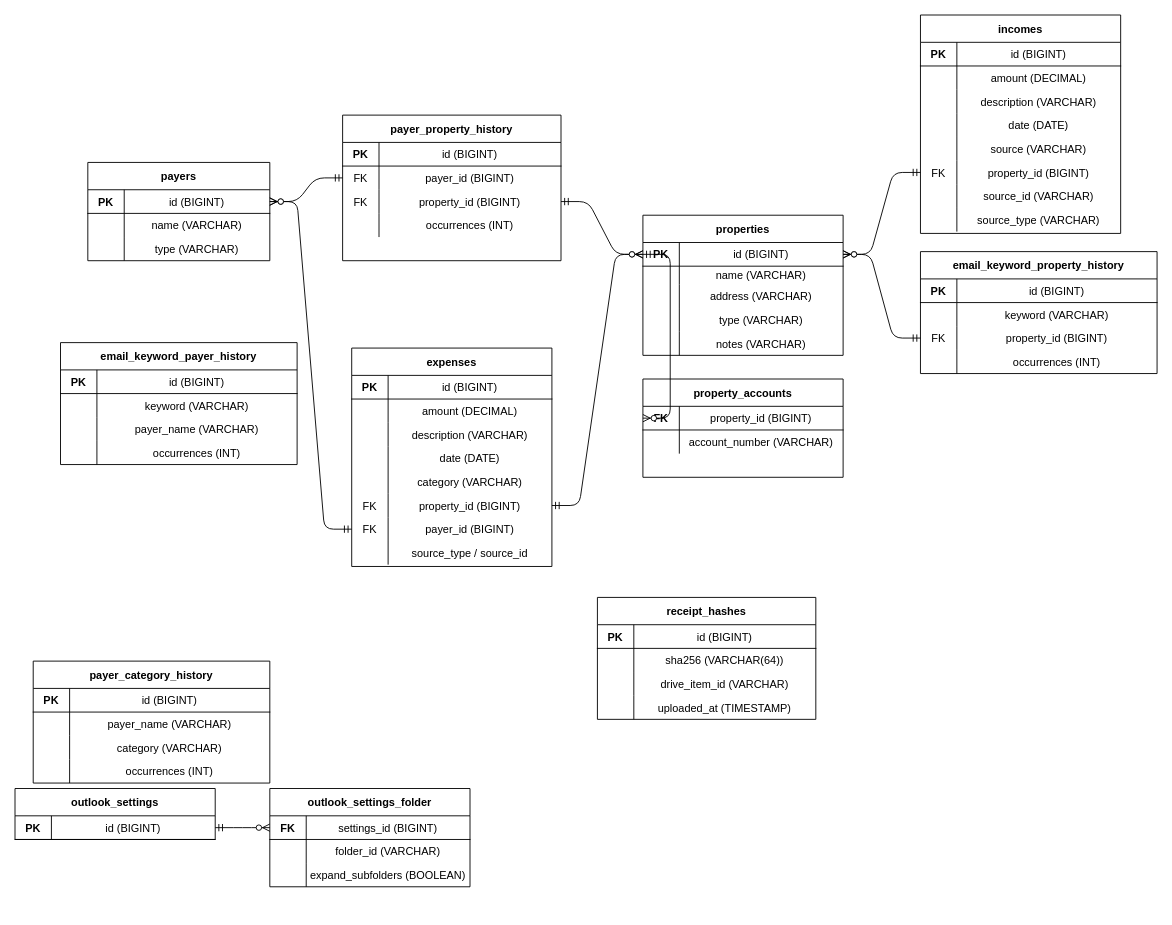
jinloes/bookie keeps this draw.io diagram as diagrams/erd.drawio. Above is the earlier version. Source tidied: cells renumbered, new cells numbered last; positions are measured from the earlier drawing's top-left corner, leaving out a move shared by most shapes. Both pictures are drawn from the tidied source at 91%, with x=0, y=0 at pixel (15, 15).
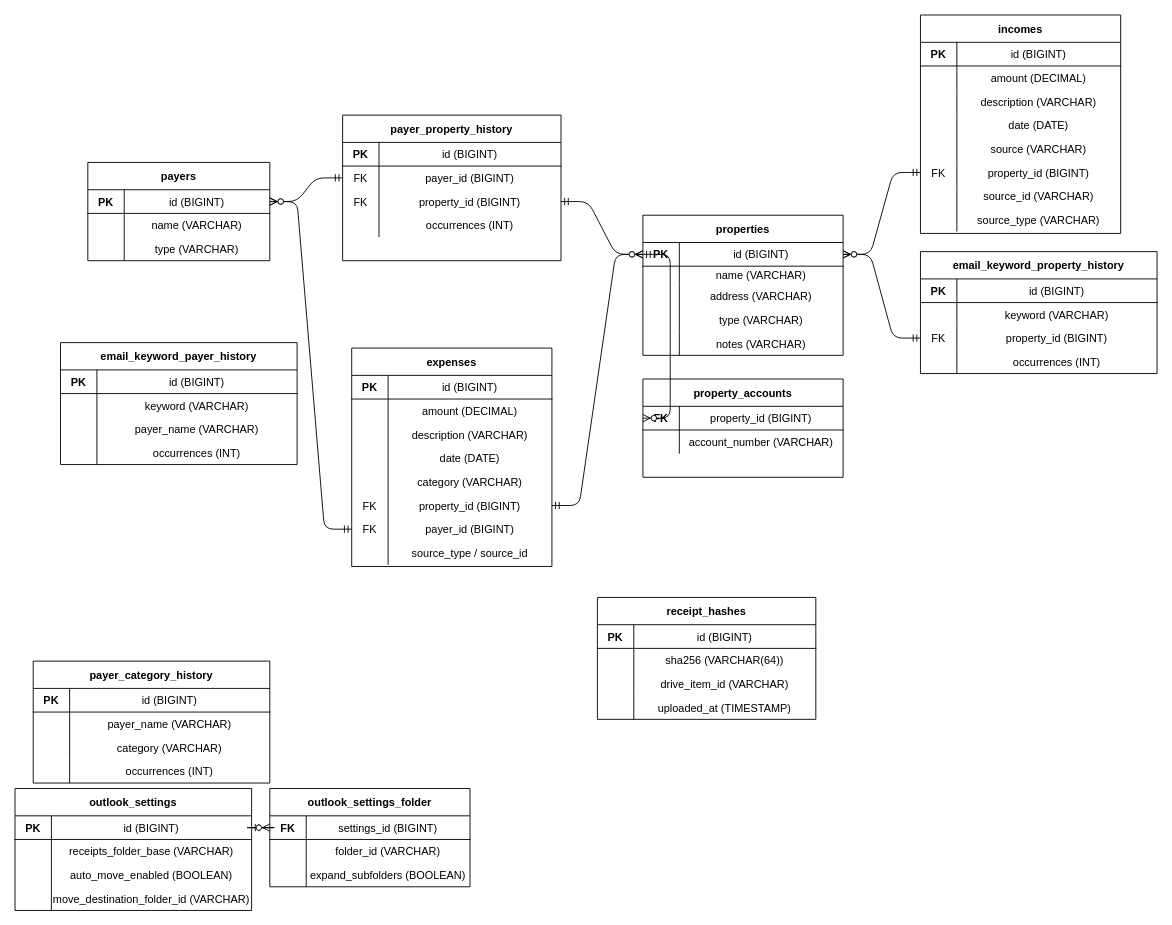
Above is the later version.

What changed in the source:
```diff
@@
     <mxCell id="144" value="outlook_settings" style="shape=table;startSize=30;childLayout=tableLayout;rowLines=0;fontStyle=1;align=center;" parent="1" vertex="1">
-      <mxGeometry y="850" width="220" height="56" as="geometry" />
+      <mxGeometry y="850" width="260" height="134" as="geometry" />
     </mxCell>
     <mxCell id="145" style="shape=tableRow;horizontal=0;startSize=0;swimlaneHead=0;swimlaneBody=0;fillColor=none;points=[[0,0.5],[1,0.5]];portConstraint=eastwest;fontSize=12;top=0;left=0;right=0;bottom=1;" parent="144" vertex="1">
-      <mxGeometry y="30" width="220" height="26" as="geometry" />
+      <mxGeometry y="30" width="260" height="26" as="geometry" />
     </mxCell>
@@
     <mxCell id="147" value="id (BIGINT)" style="shape=partialRectangle;fillColor=none;top=0;left=0;bottom=0;right=0;overflow=hidden;" parent="145" vertex="1">
-      <mxGeometry x="40" width="180" height="26" as="geometry" />
+      <mxGeometry x="40" width="220" height="26" as="geometry" />
     </mxCell>
+    <mxCell id="172" style="shape=tableRow;horizontal=0;startSize=0;swimlaneHead=0;swimlaneBody=0;fillColor=none;fontSize=12;top=0;left=0;right=0;bottom=0;" parent="144" vertex="1">
+      <mxGeometry y="56" width="260" height="26" as="geometry" />
+    </mxCell>
+    <mxCell id="173" style="shape=partialRectangle;fillColor=none;top=0;left=0;bottom=0;right=0;overflow=hidden;" parent="172" vertex="1">
+      <mxGeometry width="40" height="26" as="geometry" />
+    </mxCell>
+    <mxCell id="174" value="receipts_folder_base (VARCHAR)" style="shape=partialRectangle;fillColor=none;top=0;left=0;bottom=0;right=0;overflow=hidden;" parent="172" vertex="1">
+      <mxGeometry x="40" width="220" height="26" as="geometry" />
+    </mxCell>
+    <mxCell id="175" style="shape=tableRow;horizontal=0;startSize=0;swimlaneHead=0;swimlaneBody=0;fillColor=none;fontSize=12;top=0;left=0;right=0;bottom=0;" parent="144" vertex="1">
+      <mxGeometry y="82" width="260" height="26" as="geometry" />
+    </mxCell>
+    <mxCell id="176" style="shape=partialRectangle;fillColor=none;top=0;left=0;bottom=0;right=0;overflow=hidden;" parent="175" vertex="1">
+      <mxGeometry width="40" height="26" as="geometry" />
+    </mxCell>
+    <mxCell id="177" value="auto_move_enabled (BOOLEAN)" style="shape=partialRectangle;fillColor=none;top=0;left=0;bottom=0;right=0;overflow=hidden;" parent="175" vertex="1">
+      <mxGeometry x="40" width="220" height="26" as="geometry" />
+    </mxCell>
+    <mxCell id="178" style="shape=tableRow;horizontal=0;startSize=0;swimlaneHead=0;swimlaneBody=0;fillColor=none;fontSize=12;top=0;left=0;right=0;bottom=0;" parent="144" vertex="1">
+      <mxGeometry y="108" width="260" height="26" as="geometry" />
+    </mxCell>
+    <mxCell id="179" style="shape=partialRectangle;fillColor=none;top=0;left=0;bottom=0;right=0;overflow=hidden;" parent="178" vertex="1">
+      <mxGeometry width="40" height="26" as="geometry" />
+    </mxCell>
+    <mxCell id="180" value="move_destination_folder_id (VARCHAR)" style="shape=partialRectangle;fillColor=none;top=0;left=0;bottom=0;right=0;overflow=hidden;" parent="178" vertex="1">
+      <mxGeometry x="40" width="220" height="26" as="geometry" />
+    </mxCell>
```
